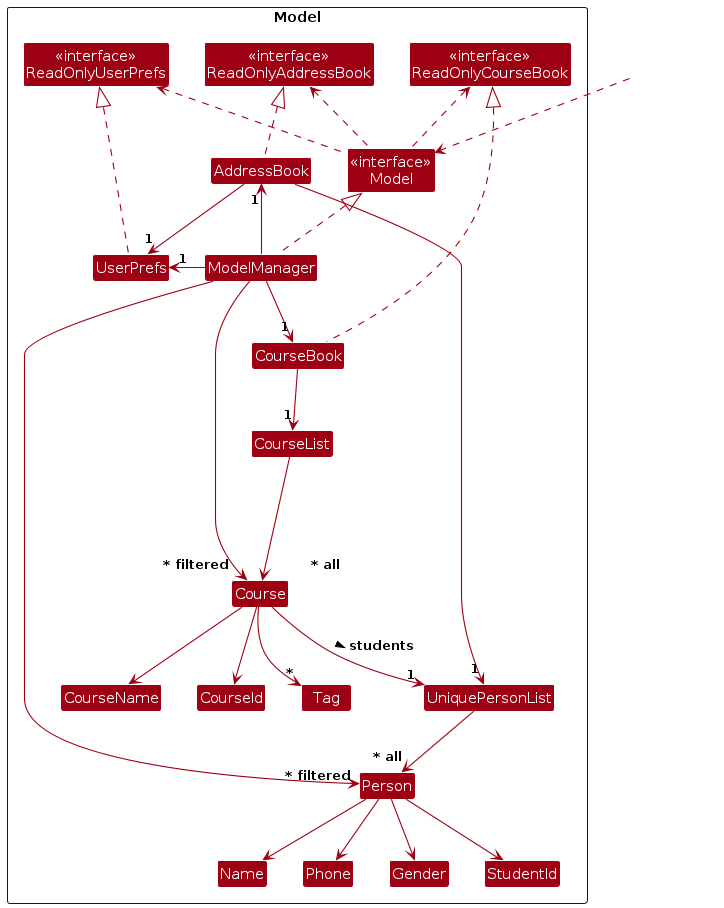
Before: diagrams/ModelClassDiagram.png, a diagram exported from PlantUML (Beastarz/tp). Its source is kept beside it as diagrams/ModelClassDiagram.puml.
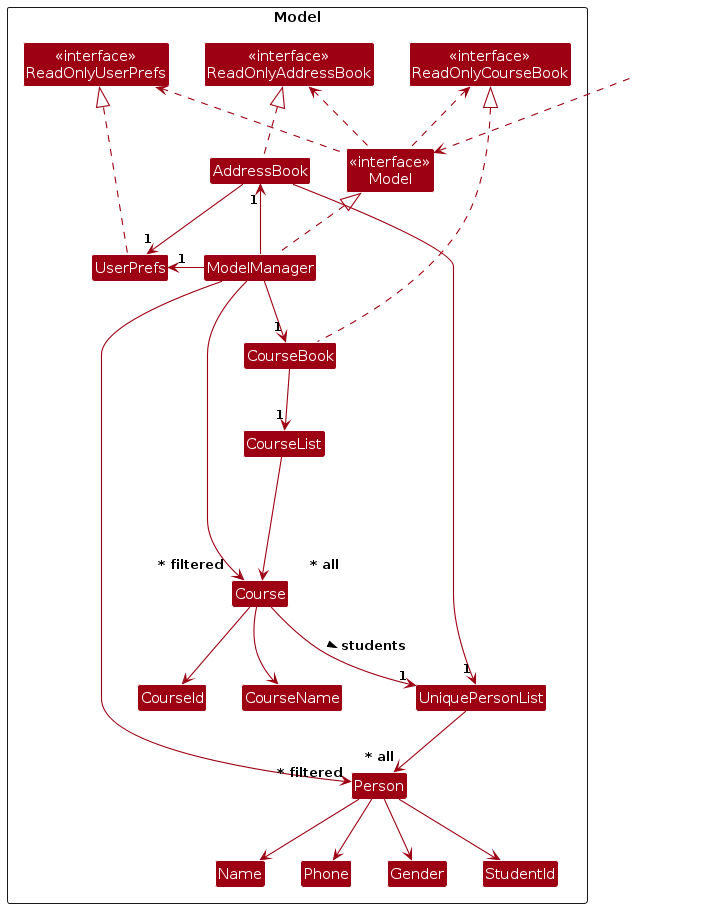
The same file after the commit.

Change to the diagram source:
```diff
@@ -20,7 +20,6 @@
     Class Phone
     Class Gender
     Class StudentId
-    Class Tag
 
     Class CourseList
     Class Course
@@ -58,7 +57,7 @@
 Course --> CourseName
 Course --> CourseId
 Course --> "1" UniquePersonList : students >
-Course --> "*" Tag
+
 
 Person -[hidden]up--> I
 UniquePersonList -[hidden]right-> I
```
